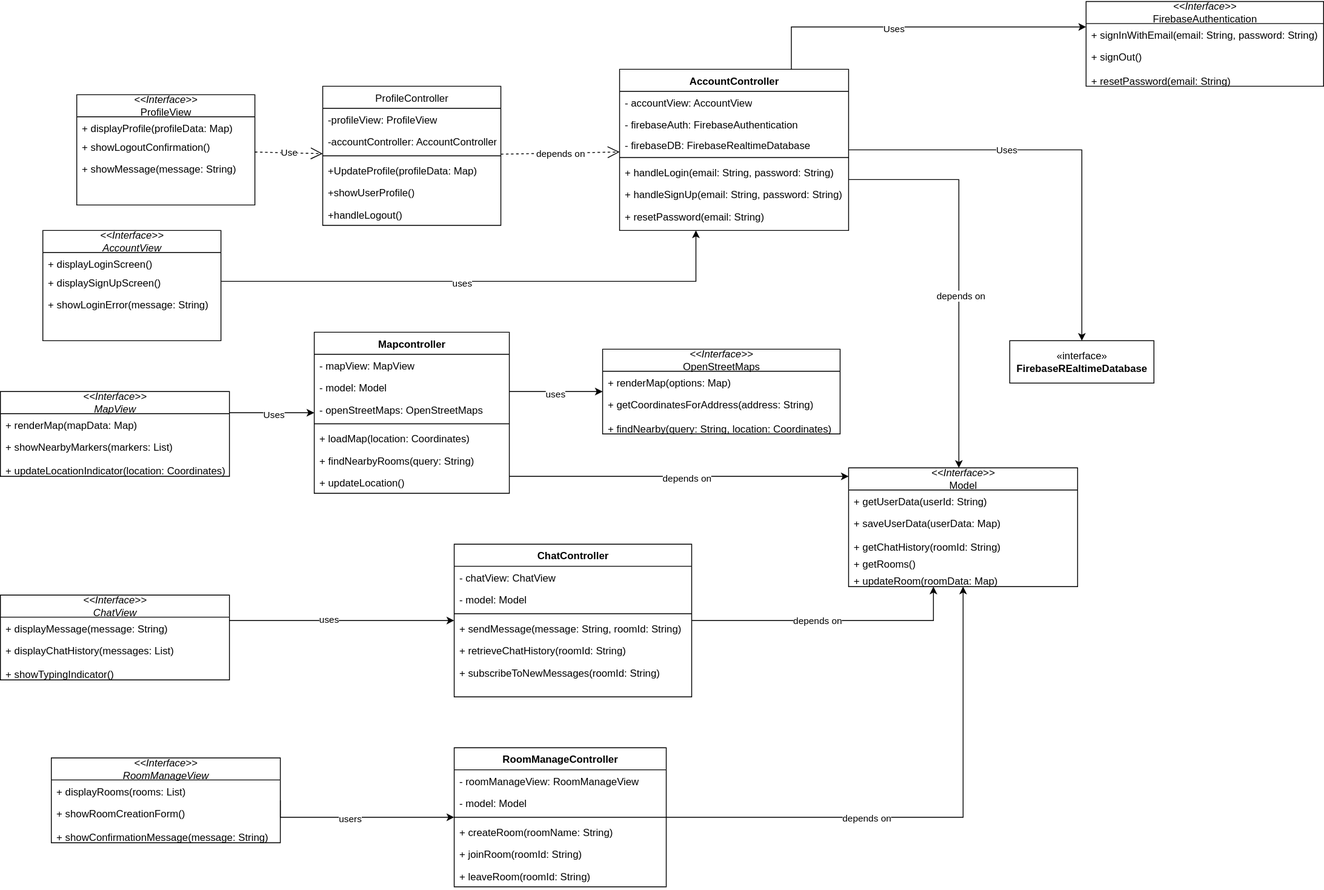
Earlier version of the draw.io export docs/diagram/UML Class Diagram.svg (BozhanL/FlatFinder). Source tidied: cells renumbered, new cells last; positions are measured from the earlier drawing's top-left corner, leaving out a move shared by most shapes.
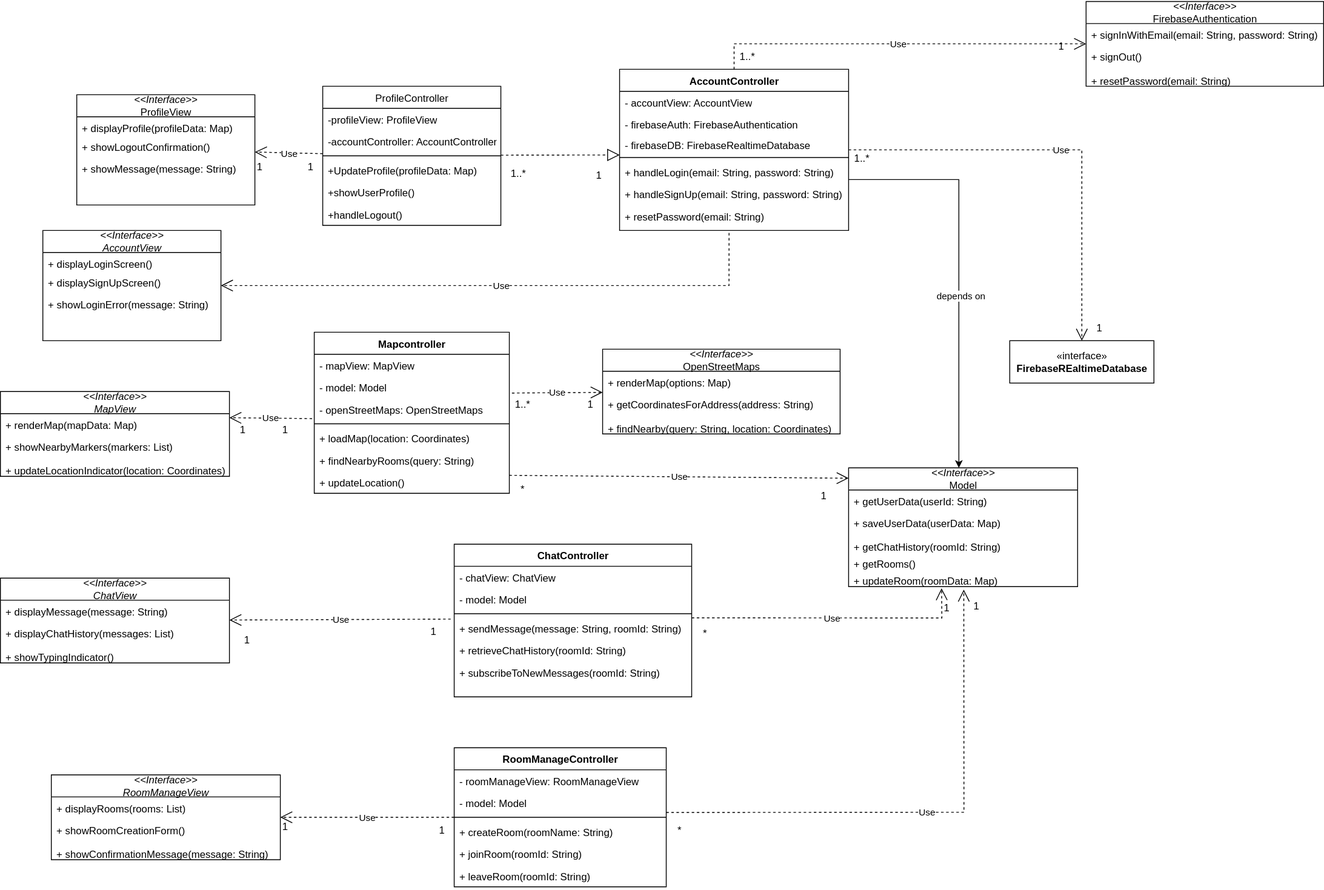
After the commit.

The edit, as a diff of the source:
```diff
@@ -12,113 +12,9 @@
     <mxCell id="3" value="depends on" style="edgeLabel;html=1;align=center;verticalAlign=middle;" parent="2" vertex="1">
       <mxGeometry x="0.13" y="1" relative="1" as="geometry" />
     </mxCell>
-    <mxCell id="4" style="edgeStyle=orthogonalEdgeStyle;rounded=0;jettySize=auto;html=1;" parent="1" edge="1" source="42" target="84">
-      <mxGeometry relative="1" as="geometry">
-        <Array as="points">
-          <mxPoint x="760" y="560" />
-          <mxPoint x="760" y="560" />
-        </Array>
-      </mxGeometry>
-    </mxCell>
-    <mxCell id="5" value="depends on" style="edgeLabel;html=1;align=center;verticalAlign=middle;" parent="4" vertex="1">
-      <mxGeometry x="0.04" y="-1" relative="1" as="geometry" />
-    </mxCell>
-    <mxCell id="6" style="edgeStyle=orthogonalEdgeStyle;rounded=0;jettySize=auto;html=1;" parent="1" edge="1" source="57" target="84">
-      <mxGeometry relative="1" as="geometry" />
-    </mxCell>
-    <mxCell id="7" value="depends on" style="edgeLabel;html=1;align=center;verticalAlign=middle;" parent="6" vertex="1">
-      <mxGeometry x="-0.24" relative="1" as="geometry" />
-    </mxCell>
-    <mxCell id="8" style="edgeStyle=orthogonalEdgeStyle;rounded=0;jettySize=auto;html=1;" parent="1" edge="1" source="68" target="34">
-      <mxGeometry relative="1" as="geometry">
-        <Array as="points">
-          <mxPoint x="820" y="330" />
-        </Array>
-      </mxGeometry>
-    </mxCell>
-    <mxCell id="9" value="uses" style="edgeLabel;html=1;align=center;verticalAlign=middle;" parent="8" vertex="1">
-      <mxGeometry x="-0.09" y="-1" relative="1" as="geometry" />
-    </mxCell>
-    <mxCell id="10" style="edgeStyle=orthogonalEdgeStyle;rounded=0;jettySize=auto;html=1;" parent="1" edge="1" source="72" target="42">
-      <mxGeometry relative="1" as="geometry">
-        <Array as="points">
-          <mxPoint x="300" y="485" />
-          <mxPoint x="300" y="485" />
-        </Array>
-      </mxGeometry>
-    </mxCell>
-    <mxCell id="11" value="Uses" style="edgeLabel;html=1;align=center;verticalAlign=middle;" parent="10" vertex="1">
-      <mxGeometry x="0.02" y="-1" relative="1" as="geometry" />
-    </mxCell>
-    <mxCell id="12" style="edgeStyle=orthogonalEdgeStyle;rounded=0;jettySize=auto;html=1;" parent="1" edge="1" source="76" target="50">
-      <mxGeometry relative="1" as="geometry">
-        <Array as="points">
-          <mxPoint x="410" y="730" />
-          <mxPoint x="410" y="730" />
-        </Array>
-      </mxGeometry>
-    </mxCell>
-    <mxCell id="13" value="uses" style="edgeLabel;html=1;align=center;verticalAlign=middle;" parent="12" vertex="1">
-      <mxGeometry x="-0.12" y="2" relative="1" as="geometry" />
-    </mxCell>
-    <mxCell id="14" style="edgeStyle=orthogonalEdgeStyle;rounded=0;jettySize=auto;html=1;exitX=1;exitY=0.5;exitDx=0;exitDy=0;" parent="1" edge="1" source="80" target="57">
-      <mxGeometry relative="1" as="geometry">
-        <Array as="points">
-          <mxPoint x="330" y="962" />
-        </Array>
-      </mxGeometry>
-    </mxCell>
-    <mxCell id="15" value="users" style="edgeLabel;html=1;align=center;verticalAlign=middle;" parent="14" vertex="1">
-      <mxGeometry x="-0.1" y="-1" relative="1" as="geometry" />
-    </mxCell>
     <mxCell id="16" value="«interface»&lt;br&gt;&lt;b&gt;FirebaseREaltimeDatabase&lt;/b&gt;" style="html=1;whiteSpace=wrap;" parent="1" vertex="1">
       <mxGeometry x="1190" y="400" width="170" height="50" as="geometry" />
     </mxCell>
-    <mxCell id="17" style="edgeStyle=orthogonalEdgeStyle;rounded=0;jettySize=auto;html=1;exitX=0.75;exitY=0;exitDx=0;exitDy=0;" parent="1" edge="1" source="34" target="90">
-      <mxGeometry relative="1" as="geometry">
-        <Array as="points">
-          <mxPoint x="933" y="30" />
-        </Array>
-      </mxGeometry>
-    </mxCell>
-    <mxCell id="18" value="Uses" style="edgeLabel;html=1;align=center;verticalAlign=middle;" parent="17" vertex="1">
-      <mxGeometry x="-0.14" y="-1" relative="1" as="geometry" />
-    </mxCell>
-    <mxCell id="19" style="edgeStyle=orthogonalEdgeStyle;rounded=0;jettySize=auto;html=1;" parent="1" edge="1" source="42" target="94">
-      <mxGeometry relative="1" as="geometry">
-        <Array as="points">
-          <mxPoint x="630" y="460" />
-          <mxPoint x="630" y="460" />
-        </Array>
-      </mxGeometry>
-    </mxCell>
-    <mxCell id="20" value="uses" style="edgeLabel;html=1;align=center;verticalAlign=middle;" parent="19" vertex="1">
-      <mxGeometry x="-0.03" y="-1" relative="1" as="geometry">
-        <mxPoint y="1" as="offset" />
-      </mxGeometry>
-    </mxCell>
-    <mxCell id="21" style="edgeStyle=orthogonalEdgeStyle;rounded=0;jettySize=auto;html=1;" parent="1" edge="1" source="34" target="16">
-      <mxGeometry relative="1" as="geometry" />
-    </mxCell>
-    <mxCell id="22" value="Uses" style="edgeLabel;html=1;align=center;verticalAlign=middle;" parent="21" vertex="1">
-      <mxGeometry x="-0.26" y="1" relative="1" as="geometry" />
-    </mxCell>
-    <mxCell id="23" style="edgeStyle=orthogonalEdgeStyle;rounded=0;jettySize=auto;html=1;" parent="1" edge="1" source="50" target="84">
-      <mxGeometry relative="1" as="geometry">
-        <Array as="points">
-          <mxPoint x="1100" y="730" />
-        </Array>
-      </mxGeometry>
-    </mxCell>
-    <mxCell id="24" value="depends on" style="edgeLabel;html=1;align=center;verticalAlign=middle;" parent="23" vertex="1">
-      <mxGeometry x="-0.1" y="1" relative="1" as="geometry" />
-    </mxCell>
-    <mxCell id="25" value="Use" style="endArrow=open;endSize=12;dashed=1;html=1;rounded=0;" parent="1" edge="1" source="64" target="27">
-      <mxGeometry relative="1" as="geometry" />
-    </mxCell>
-    <mxCell id="26" value="depends on" style="endArrow=open;endSize=12;dashed=1;html=1;rounded=0;" parent="1" edge="1" source="27" target="34">
-      <mxGeometry relative="1" as="geometry" />
-    </mxCell>
     <mxCell id="27" value="&lt;span style=&quot;font-weight: 400;&quot;&gt;ProfileController&lt;/span&gt;" style="swimlane;fontStyle=1;align=center;verticalAlign=top;horizontal=1;startSize=26;whiteSpace=wrap;html=1;" parent="1" vertex="1">
       <mxGeometry x="380" y="100" width="210" height="164" as="geometry" />
     </mxCell>
@@ -267,7 +163,7 @@
       <mxGeometry y="80" width="270" height="20" as="geometry" />
     </mxCell>
     <mxCell id="76" value="&lt;i&gt;&amp;lt;&amp;lt;Interface&amp;gt;&amp;gt;&lt;/i&gt;&lt;div&gt;&lt;i&gt;ChatView&lt;/i&gt;&lt;/div&gt;" style="swimlane;fontStyle=0;horizontal=1;startSize=26;fillColor=none;whiteSpace=wrap;html=1;" parent="1" vertex="1">
-      <mxGeometry y="700" width="270" height="100" as="geometry" />
+      <mxGeometry y="680" width="270" height="100" as="geometry" />
     </mxCell>
     <mxCell id="77" value="&lt;span class=&quot;selected&quot;&gt;+ displayMessage(message: String)&lt;/span&gt;" style="text;strokeColor=none;fillColor=none;align=left;verticalAlign=top;spacingLeft=4;spacingRight=4;overflow=hidden;whiteSpace=wrap;html=1;" parent="76" vertex="1">
       <mxGeometry y="26" width="270" height="26" as="geometry" />
@@ -279,7 +175,7 @@
       <mxGeometry y="80" width="270" height="20" as="geometry" />
     </mxCell>
     <mxCell id="80" value="&lt;i&gt;&amp;lt;&amp;lt;Interface&amp;gt;&amp;gt;&lt;/i&gt;&lt;div&gt;&lt;i&gt;RoomManageView&lt;/i&gt;&lt;/div&gt;" style="swimlane;fontStyle=0;horizontal=1;startSize=26;fillColor=none;whiteSpace=wrap;html=1;" parent="1" vertex="1">
-      <mxGeometry x="60" y="892" width="270" height="100" as="geometry" />
+      <mxGeometry x="60" y="912" width="270" height="100" as="geometry" />
     </mxCell>
     <mxCell id="81" value="&lt;span class=&quot;selected&quot;&gt;+ displayRooms(rooms: List)&lt;/span&gt;" style="text;strokeColor=none;fillColor=none;align=left;verticalAlign=top;spacingLeft=4;spacingRight=4;overflow=hidden;whiteSpace=wrap;html=1;" parent="80" vertex="1">
       <mxGeometry y="26" width="270" height="26" as="geometry" />
@@ -332,5 +228,134 @@
     <mxCell id="97" value="&lt;span class=&quot;selected&quot;&gt;+ findNearby(query: String, location: Coordinates)&lt;/span&gt;" style="text;strokeColor=none;fillColor=none;align=left;verticalAlign=top;spacingLeft=4;spacingRight=4;overflow=hidden;whiteSpace=wrap;html=1;" parent="94" vertex="1">
       <mxGeometry y="80" width="280" height="20" as="geometry" />
     </mxCell>
+    <mxCell id="98" value="1" style="text;html=1;align=center;verticalAlign=middle;strokeColor=none;fillColor=none;" parent="1" vertex="1">
+      <mxGeometry x="690" y="190" width="30" height="30" as="geometry" />
+    </mxCell>
+    <mxCell id="99" value="1" style="text;html=1;align=center;verticalAlign=middle;strokeColor=none;fillColor=none;" parent="1" vertex="1">
+      <mxGeometry x="290" y="180" width="30" height="30" as="geometry" />
+    </mxCell>
+    <mxCell id="100" value="1" style="text;html=1;align=center;verticalAlign=middle;strokeColor=none;fillColor=none;" parent="1" vertex="1">
+      <mxGeometry x="350" y="180" width="30" height="30" as="geometry" />
+    </mxCell>
+    <mxCell id="101" value="1" style="text;html=1;align=center;verticalAlign=middle;strokeColor=none;fillColor=none;" parent="1" vertex="1">
+      <mxGeometry x="1100" y="700" width="30" height="30" as="geometry" />
+    </mxCell>
+    <mxCell id="102" value="*" style="text;html=1;align=center;verticalAlign=middle;strokeColor=none;fillColor=none;" parent="1" vertex="1">
+      <mxGeometry x="815" y="730" width="30" height="30" as="geometry" />
+    </mxCell>
+    <mxCell id="103" value="1" style="text;html=1;align=center;verticalAlign=middle;strokeColor=none;fillColor=none;" parent="1" vertex="1">
+      <mxGeometry x="1135" y="698" width="30" height="30" as="geometry" />
+    </mxCell>
+    <mxCell id="104" value="*" style="text;html=1;align=center;verticalAlign=middle;strokeColor=none;fillColor=none;" parent="1" vertex="1">
+      <mxGeometry x="785" y="962" width="30" height="30" as="geometry" />
+    </mxCell>
+    <mxCell id="105" value="1..*" style="text;html=1;align=center;verticalAlign=middle;strokeColor=none;fillColor=none;" parent="1" vertex="1">
+      <mxGeometry x="590" y="188" width="40" height="30" as="geometry" />
+    </mxCell>
+    <mxCell id="106" value="1" style="text;html=1;align=center;verticalAlign=middle;strokeColor=none;fillColor=none;" parent="1" vertex="1">
+      <mxGeometry x="1235" y="38" width="30" height="30" as="geometry" />
+    </mxCell>
+    <mxCell id="107" value="1" style="text;html=1;align=center;verticalAlign=middle;strokeColor=none;fillColor=none;" parent="1" vertex="1">
+      <mxGeometry x="1280" y="370" width="30" height="30" as="geometry" />
+    </mxCell>
+    <mxCell id="108" value="1..*" style="text;html=1;align=center;verticalAlign=middle;strokeColor=none;fillColor=none;" parent="1" vertex="1">
+      <mxGeometry x="995" y="170" width="40" height="30" as="geometry" />
+    </mxCell>
+    <mxCell id="109" value="1" style="text;html=1;align=center;verticalAlign=middle;points=[];strokeColor=none;fillColor=none;" parent="1" vertex="1">
+      <mxGeometry x="270" y="490" width="30" height="30" as="geometry" />
+    </mxCell>
+    <mxCell id="110" value="1" style="text;html=1;align=center;verticalAlign=middle;strokeColor=none;fillColor=none;" parent="1" vertex="1">
+      <mxGeometry x="320" y="490" width="30" height="30" as="geometry" />
+    </mxCell>
+    <mxCell id="111" value="1" style="text;html=1;align=center;verticalAlign=middle;strokeColor=none;fillColor=none;" parent="1" vertex="1">
+      <mxGeometry x="680" y="460" width="30" height="30" as="geometry" />
+    </mxCell>
+    <mxCell id="112" value="1..*" style="text;html=1;align=center;verticalAlign=middle;points=[];strokeColor=none;fillColor=none;" parent="1" vertex="1">
+      <mxGeometry x="595" y="460" width="40" height="30" as="geometry" />
+    </mxCell>
+    <mxCell id="113" value="1" style="text;html=1;align=center;verticalAlign=middle;strokeColor=none;fillColor=none;" parent="1" vertex="1">
+      <mxGeometry x="275" y="738" width="30" height="30" as="geometry" />
+    </mxCell>
+    <mxCell id="114" value="1" style="text;html=1;align=center;verticalAlign=middle;points=[];strokeColor=none;fillColor=none;" parent="1" vertex="1">
+      <mxGeometry x="495" y="728" width="30" height="30" as="geometry" />
+    </mxCell>
+    <mxCell id="115" value="1" style="text;html=1;align=center;verticalAlign=middle;strokeColor=none;fillColor=none;" parent="1" vertex="1">
+      <mxGeometry x="320" y="958" width="30" height="30" as="geometry" />
+    </mxCell>
+    <mxCell id="116" value="1" style="text;html=1;align=center;verticalAlign=middle;strokeColor=none;fillColor=none;" parent="1" vertex="1">
+      <mxGeometry x="505" y="962" width="30" height="30" as="geometry" />
+    </mxCell>
+    <mxCell id="117" value="1" style="text;html=1;align=center;verticalAlign=middle;strokeColor=none;fillColor=none;" parent="1" vertex="1">
+      <mxGeometry x="955" y="568" width="30" height="30" as="geometry" />
+    </mxCell>
+    <mxCell id="118" value="*" style="text;html=1;align=center;verticalAlign=middle;strokeColor=none;fillColor=none;" parent="1" vertex="1">
+      <mxGeometry x="600" y="560" width="30" height="30" as="geometry" />
+    </mxCell>
+    <mxCell id="119" value="1..*" style="text;html=1;align=center;verticalAlign=middle;strokeColor=none;fillColor=none;" parent="1" vertex="1">
+      <mxGeometry x="860" y="50" width="40" height="30" as="geometry" />
+    </mxCell>
+    <mxCell id="17" value="Use" style="endArrow=open;endSize=12;dashed=1;html=1;rounded=0;exitX=0.5;exitY=0;exitDx=0;exitDy=0;" parent="1" edge="1" source="34" target="90">
+      <mxGeometry relative="1" as="geometry">
+        <Array as="points">
+          <mxPoint x="865" y="50" />
+        </Array>
+      </mxGeometry>
+    </mxCell>
+    <mxCell id="21" value="Use" style="endArrow=open;endSize=12;dashed=1;html=1;rounded=0;" parent="1" edge="1" source="34" target="16">
+      <mxGeometry relative="1" as="geometry">
+        <Array as="points">
+          <mxPoint x="1275" y="175" />
+        </Array>
+      </mxGeometry>
+    </mxCell>
+    <mxCell id="120" value="Use" style="endArrow=open;endSize=12;dashed=1;html=1;rounded=0;entryX=0;entryY=0.087;entryDx=0;entryDy=0;entryPerimeter=0;" parent="1" edge="1" target="84">
+      <mxGeometry relative="1" as="geometry">
+        <mxPoint x="600" y="558.8" as="sourcePoint" />
+      </mxGeometry>
+    </mxCell>
+    <mxCell id="121" value="Use" style="endArrow=open;endSize=12;dashed=1;html=1;rounded=0;entryX=0.406;entryY=1.094;entryDx=0;entryDy=0;entryPerimeter=0;" parent="1" edge="1" target="89">
+      <mxGeometry relative="1" as="geometry">
+        <mxPoint x="815" y="726.8" as="sourcePoint" />
+        <Array as="points">
+          <mxPoint x="1110" y="727" />
+        </Array>
+      </mxGeometry>
+    </mxCell>
+    <mxCell id="122" value="Use" style="endArrow=open;endSize=12;dashed=1;html=1;rounded=0;entryX=0.503;entryY=1.176;entryDx=0;entryDy=0;entryPerimeter=0;" parent="1" edge="1" target="89">
+      <mxGeometry relative="1" as="geometry">
+        <mxPoint x="785" y="956.3" as="sourcePoint" />
+        <Array as="points">
+          <mxPoint x="1136" y="956" />
+        </Array>
+      </mxGeometry>
+    </mxCell>
+    <mxCell id="123" value="Use" style="endArrow=open;endSize=12;dashed=1;html=1;rounded=0;exitX=0.202;exitY=0.057;exitDx=0;exitDy=0;exitPerimeter=0;" parent="1" edge="1" source="112" target="94">
+      <mxGeometry relative="1" as="geometry" />
+    </mxCell>
+    <mxCell id="124" style="endArrow=block;dashed=1;endFill=0;endSize=12;html=1;rounded=0;" parent="1" edge="1">
+      <mxGeometry relative="1" as="geometry">
+        <mxPoint x="590" y="181.2" as="sourcePoint" />
+        <mxPoint x="730" y="181" as="targetPoint" />
+      </mxGeometry>
+    </mxCell>
+    <mxCell id="125" value="Use" style="endArrow=open;endSize=12;dashed=1;html=1;rounded=0;" parent="1" edge="1" source="27" target="64">
+      <mxGeometry relative="1" as="geometry" />
+    </mxCell>
+    <mxCell id="126" value="Use" style="endArrow=open;endSize=12;dashed=1;html=1;rounded=0;exitX=0.478;exitY=1.097;exitDx=0;exitDy=0;exitPerimeter=0;" parent="1" edge="1" source="41" target="68">
+      <mxGeometry relative="1" as="geometry">
+        <Array as="points">
+          <mxPoint x="859" y="335" />
+        </Array>
+      </mxGeometry>
+    </mxCell>
+    <mxCell id="127" value="Use" style="endArrow=open;endSize=12;dashed=1;html=1;rounded=0;entryX=-0.002;entryY=0.027;entryDx=0;entryDy=0;entryPerimeter=0;exitX=-0.011;exitY=0.918;exitDx=0;exitDy=0;exitPerimeter=0;" parent="1" edge="1" source="45" target="109">
+      <mxGeometry relative="1" as="geometry" />
+    </mxCell>
+    <mxCell id="128" value="Use" style="endArrow=open;endSize=12;dashed=1;html=1;rounded=0;exitX=1.196;exitY=0.01;exitDx=0;exitDy=0;exitPerimeter=0;" parent="1" edge="1" source="114" target="76">
+      <mxGeometry relative="1" as="geometry" />
+    </mxCell>
+    <mxCell id="129" value="Use" style="endArrow=open;endSize=12;dashed=1;html=1;rounded=0;" parent="1" edge="1" source="57" target="80">
+      <mxGeometry relative="1" as="geometry" />
+    </mxCell>
   </root>
 </mxGraphModel>
```
